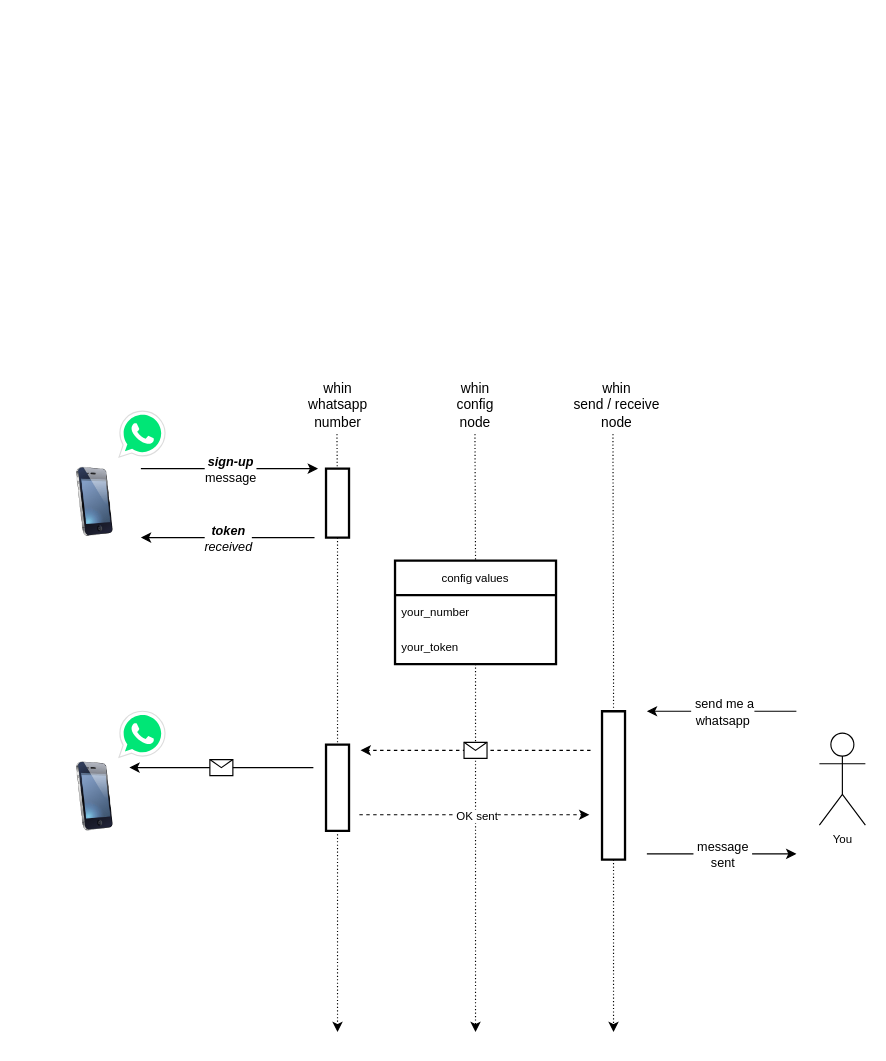
This is icons/whin2.drawio from inUtil-info/whin2-contrib, a draw.io file, before an edit. Source tidied: cells renumbered, new cells numbered last; positions are measured from the earlier drawing's top-left corner, leaving out a move shared by most shapes. Both pictures are drawn from the tidied source at 115%, with x=0, y=0 at pixel (60, 388).
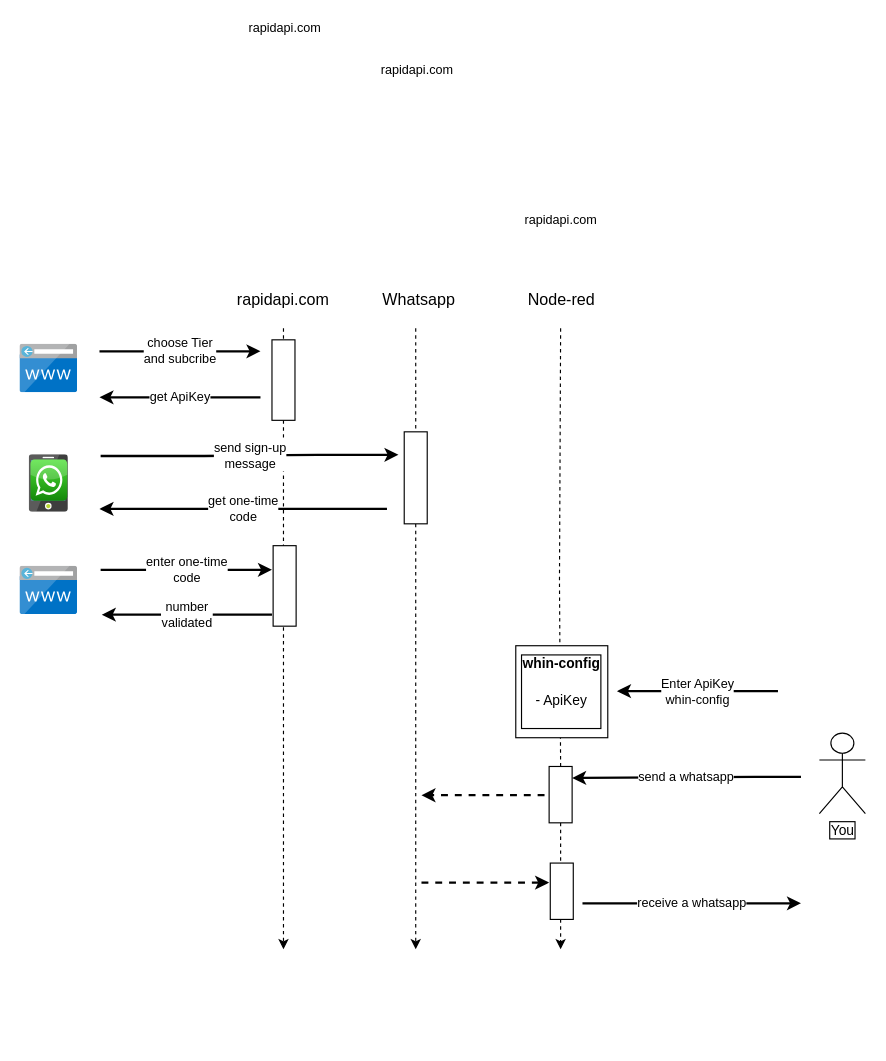
The same page after the edit.

What changed in the source:
```diff
@@
-    <mxCell id="2" style="endArrow=classic;html=1;rounded=0;startArrow=none;dashed=1;dashPattern=1 2;strokeWidth=1;" parent="1" edge="1" source="3">
-      <mxGeometry relative="1" as="geometry">
-        <mxPoint x="241" y="560" as="targetPoint" />
-      </mxGeometry>
-    </mxCell>
-    <mxCell id="3" style="verticalLabelPosition=bottom;verticalAlign=top;html=1;shape=mxgraph.basic.rect;fillColor2=none;strokeWidth=2;size=20;indent=5;" parent="1" vertex="1">
-      <mxGeometry x="231" y="70" width="20" height="60" as="geometry" />
-    </mxCell>
-    <mxCell id="4" style="endArrow=none;html=1;rounded=0;dashed=1;dashPattern=1 2;" parent="1" edge="1" target="3">
-      <mxGeometry relative="1" as="geometry">
-        <mxPoint x="240.5" y="40" as="sourcePoint" />
-      </mxGeometry>
-    </mxCell>
-    <mxCell id="5" style="endArrow=classic;html=1;rounded=0;startArrow=none;exitX=0.5;exitY=1;exitDx=0;exitDy=0;dashed=1;dashPattern=1 2;" parent="1" edge="1" source="26">
-      <mxGeometry relative="1" as="geometry">
-        <mxPoint x="361" y="560" as="targetPoint" />
-      </mxGeometry>
-    </mxCell>
-    <mxCell id="6" style="endArrow=none;html=1;rounded=0;entryX=0.5;entryY=0;entryDx=0;entryDy=0;dashed=1;dashPattern=1 2;" parent="1" edge="1">
-      <mxGeometry relative="1" as="geometry">
-        <mxPoint x="360.5" y="40" as="sourcePoint" />
-        <mxPoint x="361" y="150" as="targetPoint" />
-      </mxGeometry>
-    </mxCell>
-    <mxCell id="7" style="endArrow=classic;html=1;rounded=0;startArrow=none;dashed=1;dashPattern=1 2;" parent="1" edge="1" source="8">
-      <mxGeometry relative="1" as="geometry">
-        <mxPoint x="481" y="560" as="targetPoint" />
-        <Array as="points">
-          <mxPoint x="481" y="490" />
-        </Array>
-      </mxGeometry>
-    </mxCell>
-    <mxCell id="8" style="verticalLabelPosition=bottom;verticalAlign=top;html=1;shape=mxgraph.basic.rect;fillColor2=none;strokeWidth=2;size=20;indent=5;" parent="1" vertex="1">
-      <mxGeometry x="471" y="281" width="20" height="129" as="geometry" />
-    </mxCell>
-    <mxCell id="9" style="endArrow=none;html=1;rounded=0;dashed=1;dashPattern=1 2;" parent="1" edge="1" target="8">
-      <mxGeometry relative="1" as="geometry">
-        <mxPoint x="480.5" y="40" as="sourcePoint" />
-        <Array as="points">
-          <mxPoint x="481" y="230" />
-        </Array>
-      </mxGeometry>
-    </mxCell>
-    <mxCell id="10" style="endArrow=classic;html=1;rounded=0;" parent="1" edge="1">
-      <mxGeometry relative="1" as="geometry">
-        <mxPoint x="70" y="70" as="sourcePoint" />
-        <mxPoint x="224" y="70" as="targetPoint" />
-      </mxGeometry>
-    </mxCell>
-    <mxCell id="11" value="&lt;div&gt;&lt;i&gt;&lt;b&gt;sign-up&lt;/b&gt;&lt;/i&gt;&lt;/div&gt;&lt;div&gt;message&lt;/div&gt;" style="edgeLabel;html=1;align=center;verticalAlign=middle;" parent="10" vertex="1">
-      <mxGeometry relative="1" as="geometry" />
-    </mxCell>
-    <mxCell id="12" style="endArrow=classic;html=1;rounded=0;" parent="1" edge="1">
-      <mxGeometry relative="1" as="geometry">
-        <mxPoint x="221" y="130" as="sourcePoint" />
-        <mxPoint x="70" y="130" as="targetPoint" />
-      </mxGeometry>
-    </mxCell>
-    <mxCell id="13" value="&lt;div&gt;&lt;i&gt;&lt;b&gt;token&lt;/b&gt;&lt;/i&gt;&lt;/div&gt;&lt;div&gt;&lt;i&gt;received&lt;br&gt;&lt;b&gt;&lt;/b&gt;&lt;/i&gt;&lt;/div&gt;" style="edgeLabel;html=1;align=center;verticalAlign=middle;" parent="12" vertex="1">
-      <mxGeometry relative="1" as="geometry" />
-    </mxCell>
-    <mxCell id="14" style="dashed=0;html=1;align=center;labelPosition=center;verticalLabelPosition=bottom;verticalAlign=top;shape=mxgraph.weblogos.whatsapp;fillColor=#00E676;strokeColor=#dddddd;" parent="1" vertex="1">
-      <mxGeometry x="51" y="20" width="40" height="40" as="geometry" />
-    </mxCell>
-    <mxCell id="15" style="image;html=1;image=img/lib/clip_art/telecommunication/iPhone_128x128.png;" parent="1" vertex="1">
-      <mxGeometry y="69" width="60" height="60" as="geometry" />
-    </mxCell>
-    <mxCell id="16" value="&lt;div style=&quot;font-size: 12px;&quot;&gt;whin &lt;br style=&quot;font-size: 12px;&quot;&gt;&lt;/div&gt;&lt;div style=&quot;font-size: 12px;&quot;&gt;config node&lt;/div&gt;" style="text;html=1;strokeColor=none;fillColor=none;align=center;verticalAlign=middle;whiteSpace=wrap;rounded=0;fontSize=12;" parent="1" vertex="1">
-      <mxGeometry x="331" width="60" height="30" as="geometry" />
-    </mxCell>
-    <mxCell id="17" value="&lt;div style=&quot;font-size: 12px;&quot;&gt;whin &lt;br style=&quot;font-size: 12px;&quot;&gt;&lt;/div&gt;&lt;div style=&quot;font-size: 12px;&quot;&gt;whatsapp&lt;/div&gt;&lt;div style=&quot;font-size: 12px;&quot;&gt;number&lt;br style=&quot;font-size: 12px;&quot;&gt;&lt;/div&gt;" style="text;html=1;strokeColor=none;fillColor=none;align=center;verticalAlign=middle;whiteSpace=wrap;rounded=0;fontSize=12;" parent="1" vertex="1">
-      <mxGeometry x="210.5" width="61" height="30" as="geometry" />
-    </mxCell>
-    <mxCell id="18" value="&lt;div style=&quot;font-size: 12px;&quot;&gt;whin &lt;br style=&quot;font-size: 12px;&quot;&gt;&lt;/div&gt;&lt;div style=&quot;font-size: 12px;&quot;&gt;send / receive node&lt;/div&gt;" style="text;html=1;strokeColor=none;fillColor=none;align=center;verticalAlign=middle;whiteSpace=wrap;rounded=0;fontSize=12;" parent="1" vertex="1">
-      <mxGeometry x="445" width="78" height="30" as="geometry" />
-    </mxCell>
-    <mxCell id="19" style="image;html=1;image=img/lib/clip_art/telecommunication/iPhone_128x128.png;" parent="1" vertex="1">
-      <mxGeometry y="325" width="60" height="60" as="geometry" />
-    </mxCell>
-    <mxCell id="20" style="verticalLabelPosition=bottom;verticalAlign=top;html=1;shape=mxgraph.basic.rect;fillColor2=none;strokeWidth=2;size=20;indent=5;" parent="1" vertex="1">
-      <mxGeometry x="231" y="310" width="20" height="75" as="geometry" />
-    </mxCell>
+    <mxCell id="36" style="endArrow=classic;html=1;rounded=0;dashed=1;fontSize=19;fontFamily=Helvetica;verticalAlign=top;startArrow=none;" parent="1" edge="1" source="37">
+      <mxGeometry relative="1" as="geometry">
+        <mxPoint x="194" y="488" as="targetPoint" />
+        <Array as="points">
+          <mxPoint x="194" y="108" />
+        </Array>
+      </mxGeometry>
+    </mxCell>
+    <mxCell id="37" style="rounded=0;whiteSpace=wrap;html=1;fontFamily=Helvetica;fontSize=11;strokeWidth=1;" parent="1" vertex="1">
+      <mxGeometry x="184" y="-42" width="20" height="70" as="geometry" />
+    </mxCell>
+    <mxCell id="38" style="endArrow=none;html=1;rounded=0;dashed=1;fontSize=19;fontFamily=Helvetica;verticalAlign=top;" parent="1" edge="1" target="37">
+      <mxGeometry relative="1" as="geometry">
+        <mxPoint x="194" y="-52" as="sourcePoint" />
+      </mxGeometry>
+    </mxCell>
+    <mxCell id="39" value="rapidapi.com" style="edgeLabel;html=1;align=center;verticalAlign=middle;fontSize=11;" parent="38" vertex="1">
+      <mxGeometry x="-0.09" relative="1" as="geometry">
+        <mxPoint y="-267" as="offset" />
+      </mxGeometry>
+    </mxCell>
+    <mxCell id="40" value="&lt;div&gt;choose Tier&lt;/div&gt;&lt;div&gt;and subcribe&lt;/div&gt;" style="endArrow=classic;html=1;rounded=0;fontFamily=Helvetica;fontSize=11;strokeWidth=2;" parent="1" edge="1">
+      <mxGeometry relative="1" as="geometry">
+        <mxPoint x="34" y="-32" as="sourcePoint" />
+        <mxPoint x="174" y="-32" as="targetPoint" />
+        <Array as="points">
+          <mxPoint x="124" y="-32" />
+        </Array>
+      </mxGeometry>
+    </mxCell>
+    <mxCell id="41" value="get ApiKey" style="endArrow=classic;html=1;rounded=0;fontFamily=Helvetica;fontSize=11;strokeWidth=2;" parent="1" edge="1">
+      <mxGeometry relative="1" as="geometry">
+        <mxPoint x="174" y="8" as="sourcePoint" />
+        <mxPoint x="34" y="8" as="targetPoint" />
+        <Array as="points">
+          <mxPoint x="134" y="8" />
+        </Array>
+      </mxGeometry>
+    </mxCell>
+    <mxCell id="42" value="&lt;font style=&quot;font-size: 14px;&quot;&gt;rapidapi.com&lt;/font&gt;" style="text;html=1;strokeColor=none;fillColor=none;align=center;verticalAlign=middle;whiteSpace=wrap;rounded=0;strokeWidth=1;fontFamily=Helvetica;fontSize=14;" parent="1" vertex="1">
+      <mxGeometry x="164" y="-92" width="60" height="30" as="geometry" />
+    </mxCell>
+    <mxCell id="43" value="&lt;div&gt;send sign-up&lt;/div&gt;&lt;div&gt;message&lt;br&gt;&lt;/div&gt;" style="endArrow=classic;html=1;rounded=0;fontFamily=Helvetica;fontSize=11;strokeWidth=2;" parent="1" edge="1">
+      <mxGeometry relative="1" as="geometry">
+        <mxPoint x="35" y="59" as="sourcePoint" />
+        <mxPoint x="294" y="58" as="targetPoint" />
+        <Array as="points">
+          <mxPoint x="125" y="59" />
+          <mxPoint x="224" y="58" />
+        </Array>
+      </mxGeometry>
+    </mxCell>
+    <mxCell id="44" style="endArrow=classic;html=1;rounded=0;dashed=1;fontSize=19;fontFamily=Helvetica;verticalAlign=top;startArrow=none;" parent="1" edge="1" source="45">
+      <mxGeometry relative="1" as="geometry">
+        <mxPoint x="309" y="488" as="targetPoint" />
+        <Array as="points">
+          <mxPoint x="309" y="118" />
+        </Array>
+      </mxGeometry>
+    </mxCell>
+    <mxCell id="45" style="rounded=0;whiteSpace=wrap;html=1;fontFamily=Helvetica;fontSize=11;strokeWidth=1;" parent="1" vertex="1">
+      <mxGeometry x="299" y="38" width="20" height="80" as="geometry" />
+    </mxCell>
+    <mxCell id="46" style="endArrow=none;html=1;rounded=0;dashed=1;fontSize=19;fontFamily=Helvetica;verticalAlign=top;entryX=0.5;entryY=0;entryDx=0;entryDy=0;" parent="1" edge="1" target="45">
+      <mxGeometry relative="1" as="geometry">
+        <mxPoint x="309" y="-52" as="sourcePoint" />
+      </mxGeometry>
+    </mxCell>
+    <mxCell id="47" value="rapidapi.com" style="edgeLabel;html=1;align=center;verticalAlign=middle;fontSize=11;" parent="46" vertex="1">
+      <mxGeometry x="-0.09" relative="1" as="geometry">
+        <mxPoint y="-267" as="offset" />
+      </mxGeometry>
+    </mxCell>
+    <mxCell id="48" value="Whatsapp" style="text;html=1;strokeColor=none;fillColor=none;align=center;verticalAlign=middle;whiteSpace=wrap;rounded=0;strokeWidth=1;fontFamily=Helvetica;fontSize=14;" parent="1" vertex="1">
+      <mxGeometry x="282" y="-92" width="60" height="30" as="geometry" />
+    </mxCell>
+    <mxCell id="49" value="&lt;div&gt;get one-time&lt;/div&gt;&lt;div&gt;code&lt;br&gt;&lt;/div&gt;" style="endArrow=classic;html=1;rounded=0;fontFamily=Helvetica;fontSize=11;strokeWidth=2;" parent="1" edge="1">
+      <mxGeometry relative="1" as="geometry">
+        <mxPoint x="284" y="105" as="sourcePoint" />
+        <mxPoint x="34" y="105" as="targetPoint" />
+        <Array as="points">
+          <mxPoint x="135" y="105" />
+        </Array>
+      </mxGeometry>
+    </mxCell>
+    <mxCell id="50" style="rounded=0;whiteSpace=wrap;html=1;fontFamily=Helvetica;fontSize=11;strokeWidth=1;" parent="1" vertex="1">
+      <mxGeometry x="185" y="137" width="20" height="70" as="geometry" />
+    </mxCell>
+    <mxCell id="51" value="&lt;div&gt;enter one-time&lt;/div&gt;&lt;div&gt;code&lt;br&gt;&lt;/div&gt;" style="endArrow=classic;html=1;rounded=0;fontFamily=Helvetica;fontSize=11;strokeWidth=2;" parent="1" edge="1">
+      <mxGeometry relative="1" as="geometry">
+        <mxPoint x="35" y="158" as="sourcePoint" />
+        <mxPoint x="184" y="158" as="targetPoint" />
+        <Array as="points">
+          <mxPoint x="125" y="158" />
+        </Array>
+      </mxGeometry>
+    </mxCell>
+    <mxCell id="52" value="&lt;div&gt;number&lt;/div&gt;&lt;div&gt;validated&lt;br&gt;&lt;/div&gt;" style="endArrow=classic;html=1;rounded=0;fontFamily=Helvetica;fontSize=11;strokeWidth=2;" parent="1" edge="1">
+      <mxGeometry relative="1" as="geometry">
+        <mxPoint x="184" y="197" as="sourcePoint" />
+        <mxPoint x="36" y="197" as="targetPoint" />
+        <Array as="points">
+          <mxPoint x="136" y="197" />
+        </Array>
+      </mxGeometry>
+    </mxCell>
+    <mxCell id="53" style="endArrow=classic;html=1;rounded=0;dashed=1;fontSize=19;fontFamily=Helvetica;verticalAlign=top;startArrow=none;" parent="1" edge="1" source="54">
+      <mxGeometry relative="1" as="geometry">
+        <mxPoint x="435" y="488" as="targetPoint" />
+      </mxGeometry>
+    </mxCell>
+    <mxCell id="54" style="rounded=0;whiteSpace=wrap;html=1;fontFamily=Helvetica;fontSize=11;strokeWidth=1;" parent="1" vertex="1">
+      <mxGeometry x="425" y="329" width="20" height="49" as="geometry" />
+    </mxCell>
+    <mxCell id="55" style="endArrow=none;html=1;rounded=0;dashed=1;fontSize=19;fontFamily=Helvetica;verticalAlign=top;entryX=0.5;entryY=0;entryDx=0;entryDy=0;" parent="1" edge="1" target="54">
+      <mxGeometry relative="1" as="geometry">
+        <mxPoint x="435" y="-52" as="sourcePoint" />
+        <Array as="points">
+          <mxPoint x="434" y="168" />
+        </Array>
+      </mxGeometry>
+    </mxCell>
+    <mxCell id="56" value="rapidapi.com" style="edgeLabel;html=1;align=center;verticalAlign=middle;fontSize=11;" parent="55" vertex="1">
+      <mxGeometry x="-0.09" relative="1" as="geometry">
+        <mxPoint y="-267" as="offset" />
+      </mxGeometry>
+    </mxCell>
+    <mxCell id="57" value="Node-red" style="text;html=1;strokeColor=none;fillColor=none;align=center;verticalAlign=middle;whiteSpace=wrap;rounded=0;strokeWidth=1;fontFamily=Helvetica;fontSize=14;" parent="1" vertex="1">
+      <mxGeometry x="404" y="-92" width="64" height="30" as="geometry" />
+    </mxCell>
+    <mxCell id="58" value="&lt;div style=&quot;font-size: 12px;&quot;&gt;&lt;b&gt;whin-config&lt;/b&gt;&lt;/div&gt;&lt;div&gt;&lt;br&gt;&lt;/div&gt;&lt;div style=&quot;font-size: 12px;&quot;&gt;- ApiKey&lt;br&gt;&lt;/div&gt;&lt;div&gt;&lt;br&gt;&lt;/div&gt;" style="whiteSpace=wrap;html=1;labelBackgroundColor=#FFFFFF;labelBorderColor=default;sketch=0;fillStyle=solid;strokeWidth=1;fontFamily=Helvetica;fontSize=14;fillColor=#FFFFFF;gradientColor=none;" parent="1" vertex="1">
+      <mxGeometry x="396" y="224" width="80" height="80" as="geometry" />
+    </mxCell>
+    <mxCell id="59" value="send a whatsapp" style="endArrow=classic;html=1;rounded=0;fontFamily=Helvetica;fontSize=11;strokeWidth=2;entryX=1;entryY=0.25;entryDx=0;entryDy=0;" parent="1" edge="1">
+      <mxGeometry relative="1" as="geometry">
+        <mxPoint x="644" y="338" as="sourcePoint" />
+        <mxPoint x="445" y="339" as="targetPoint" />
+        <Array as="points">
+          <mxPoint x="604" y="338" />
+        </Array>
+      </mxGeometry>
+    </mxCell>
+    <mxCell id="60" style="endArrow=classic;html=1;rounded=0;dashed=1;strokeWidth=2;fontFamily=Helvetica;fontSize=12;exitX=-0.2;exitY=0.15;exitDx=0;exitDy=0;exitPerimeter=0;" parent="1" edge="1">
+      <mxGeometry relative="1" as="geometry">
+        <mxPoint x="421" y="354" as="sourcePoint" />
+        <mxPoint x="314" y="354" as="targetPoint" />
+      </mxGeometry>
+    </mxCell>
+    <mxCell id="61" style="endArrow=classic;html=1;rounded=0;dashed=1;strokeWidth=2;fontFamily=Helvetica;fontSize=12;" parent="1" edge="1">
+      <mxGeometry relative="1" as="geometry">
+        <mxPoint x="314" y="430" as="sourcePoint" />
+        <mxPoint x="425" y="430" as="targetPoint" />
+      </mxGeometry>
+    </mxCell>
+    <mxCell id="62" style="rounded=0;whiteSpace=wrap;html=1;fontFamily=Helvetica;fontSize=11;strokeWidth=1;" parent="1" vertex="1">
+      <mxGeometry x="426" y="413" width="20" height="49" as="geometry" />
+    </mxCell>
+    <mxCell id="63" value="receive a whatsapp" style="endArrow=classic;html=1;rounded=0;fontFamily=Helvetica;fontSize=11;strokeWidth=2;" parent="1" edge="1">
+      <mxGeometry relative="1" as="geometry">
+        <mxPoint x="454" y="448" as="sourcePoint" />
+        <mxPoint x="644" y="448" as="targetPoint" />
+        <Array as="points">
+          <mxPoint x="544" y="448" />
+        </Array>
+      </mxGeometry>
+    </mxCell>
-    <mxCell id="21" value="You" style="shape=umlActor;verticalLabelPosition=bottom;verticalAlign=top;html=1;fontSize=10;" parent="1" vertex="1">
-      <mxGeometry x="660" y="300" width="40" height="80" as="geometry" />
+    <mxCell id="21" value="&lt;div&gt;You&lt;/div&gt;" style="shape=umlActor;verticalLabelPosition=bottom;verticalAlign=top;html=1;labelBackgroundColor=#FFFFFF;labelBorderColor=default;sketch=0;fillStyle=auto;strokeWidth=1;fontFamily=Helvetica;fontSize=12;fillColor=#FFFFFF;gradientColor=none;" parent="1" vertex="1">
+      <mxGeometry x="660" y="300" width="40" height="70" as="geometry" />
     </mxCell>
-    <mxCell id="22" style="endArrow=classic;html=1;rounded=0;" parent="1" edge="1">
-      <mxGeometry relative="1" as="geometry">
-        <mxPoint x="640" y="281" as="sourcePoint" />
-        <mxPoint x="510" y="281" as="targetPoint" />
-      </mxGeometry>
-    </mxCell>
-    <mxCell id="23" value="&lt;div&gt;&amp;nbsp;send me a &lt;br&gt;&lt;/div&gt;&lt;div&gt;whatsapp&lt;br&gt;&lt;/div&gt;" style="edgeLabel;html=1;align=center;verticalAlign=middle;" parent="22" vertex="1">
-      <mxGeometry relative="1" as="geometry" />
-    </mxCell>
-    <mxCell id="24" style="endArrow=classic;html=1;rounded=0;" parent="1" edge="1">
-      <mxGeometry relative="1" as="geometry">
-        <mxPoint x="510" y="405" as="sourcePoint" />
-        <mxPoint x="640" y="405" as="targetPoint" />
-      </mxGeometry>
-    </mxCell>
-    <mxCell id="25" value="&amp;nbsp;message&amp;nbsp; &lt;br&gt;&lt;div&gt;sent&lt;/div&gt;" style="edgeLabel;html=1;align=center;verticalAlign=middle;" parent="24" vertex="1">
-      <mxGeometry relative="1" as="geometry" />
-    </mxCell>
-    <mxCell id="26" value="config values" style="swimlane;fontStyle=0;horizontal=1;startSize=30;fontSize=10;strokeWidth=2;" parent="1" vertex="1">
-      <mxGeometry x="291" y="150" width="140" height="90" as="geometry" />
-    </mxCell>
-    <mxCell id="27" value="your_number" style="text;strokeColor=none;fillColor=none;align=left;verticalAlign=middle;spacingLeft=4;spacingRight=4;overflow=hidden;fontSize=10;" parent="26" vertex="1">
-      <mxGeometry y="30" width="140" height="30" as="geometry" />
-    </mxCell>
-    <mxCell id="28" value="your_token" style="text;strokeColor=none;fillColor=none;align=left;verticalAlign=middle;spacingLeft=4;spacingRight=4;overflow=hidden;fontSize=10;" parent="26" vertex="1">
-      <mxGeometry y="60" width="140" height="30" as="geometry" />
-    </mxCell>
-    <mxCell id="29" style="endArrow=classic;html=1;rounded=0;fontSize=10;dashed=1;" parent="1" edge="1">
-      <mxGeometry relative="1" as="geometry">
-        <mxPoint x="461" y="315" as="sourcePoint" />
-        <mxPoint x="261" y="315" as="targetPoint" />
-      </mxGeometry>
-    </mxCell>
-    <mxCell id="30" style="shape=message;html=1;fontSize=10;" parent="29" vertex="1">
-      <mxGeometry width="20" height="14" relative="1" as="geometry">
-        <mxPoint x="-10" y="-7" as="offset" />
-      </mxGeometry>
-    </mxCell>
-    <mxCell id="31" style="endArrow=classic;html=1;rounded=0;fontSize=10;entryX=1;entryY=0.25;entryDx=0;entryDy=0;" parent="1" edge="1">
-      <mxGeometry relative="1" as="geometry">
-        <mxPoint x="220" y="330" as="sourcePoint" />
-        <mxPoint x="60" y="330" as="targetPoint" />
-        <Array as="points">
-          <mxPoint x="150" y="330" />
-        </Array>
-      </mxGeometry>
-    </mxCell>
-    <mxCell id="32" style="shape=message;html=1;fontSize=10;" parent="31" vertex="1">
-      <mxGeometry width="20" height="14" relative="1" as="geometry">
-        <mxPoint x="-10" y="-7" as="offset" />
-      </mxGeometry>
-    </mxCell>
-    <mxCell id="33" style="endArrow=classic;html=1;rounded=0;fontSize=10;dashed=1;" parent="1" edge="1">
-      <mxGeometry relative="1" as="geometry">
-        <mxPoint x="260" y="371" as="sourcePoint" />
-        <mxPoint x="460" y="371" as="targetPoint" />
-        <Array as="points">
-          <mxPoint x="350" y="371" />
-        </Array>
-      </mxGeometry>
-    </mxCell>
-    <mxCell id="34" value="&amp;nbsp;OK sent " style="edgeLabel;html=1;align=center;verticalAlign=middle;fontSize=10;" parent="33" vertex="1">
-      <mxGeometry relative="1" as="geometry" />
-    </mxCell>
-    <mxCell id="35" style="dashed=0;html=1;align=center;labelPosition=center;verticalLabelPosition=bottom;verticalAlign=top;shape=mxgraph.weblogos.whatsapp;fillColor=#00E676;strokeColor=#dddddd;" parent="1" vertex="1">
-      <mxGeometry x="51" y="281" width="40" height="40" as="geometry" />
-    </mxCell>
+    <mxCell id="64" style="sketch=0;html=1;align=center;image;fontSize=12;image=img/lib/mscae/CustomDomain.svg;labelBackgroundColor=#FFFFFF;labelBorderColor=default;fillStyle=auto;strokeWidth=1;fontFamily=Helvetica;fillColor=#FFFFFF;gradientColor=none;" parent="1" vertex="1">
+      <mxGeometry x="-35" y="-38" width="50" height="42" as="geometry" />
+    </mxCell>
+    <mxCell id="65" style="sketch=0;html=1;align=center;image;fontSize=12;image=img/lib/mscae/CustomDomain.svg;labelBackgroundColor=#FFFFFF;labelBorderColor=default;fillStyle=auto;strokeWidth=1;fontFamily=Helvetica;fillColor=#FFFFFF;gradientColor=none;" parent="1" vertex="1">
+      <mxGeometry x="-35" y="155" width="50" height="42" as="geometry" />
+    </mxCell>
+    <mxCell id="66" style="sketch=0;html=1;align=center;image;fontSize=12;image=img/lib/mscae/App_Service_Mobile_App.svg;labelBackgroundColor=#FFFFFF;labelBorderColor=default;fillStyle=auto;strokeWidth=1;fontFamily=Helvetica;fillColor=#FFFFFF;gradientColor=none;" parent="1" vertex="1">
+      <mxGeometry x="-27" y="58" width="34" height="50" as="geometry" />
+    </mxCell>
+    <mxCell id="67" style="dashed=0;html=1;align=center;labelPosition=center;verticalLabelPosition=bottom;verticalAlign=top;shape=mxgraph.webicons.whatsapp;fillColor=#4FE238;gradientColor=#138709;labelBackgroundColor=#FFFFFF;labelBorderColor=default;sketch=0;fillStyle=auto;strokeWidth=1;fontFamily=Helvetica;fontSize=12;" parent="1" vertex="1">
+      <mxGeometry x="-26" y="62" width="32" height="36" as="geometry" />
+    </mxCell>
+    <mxCell id="68" value="&lt;div&gt;Enter ApiKey&lt;/div&gt;&lt;div&gt;whin-config&lt;/div&gt;" style="endArrow=classic;html=1;rounded=0;fontFamily=Helvetica;fontSize=11;strokeWidth=2;" parent="1" edge="1">
+      <mxGeometry relative="1" as="geometry">
+        <mxPoint x="624" y="263.5" as="sourcePoint" />
+        <mxPoint x="484" y="263.5" as="targetPoint" />
+        <Array as="points">
+          <mxPoint x="584" y="263.5" />
+        </Array>
+      </mxGeometry>
+    </mxCell>
```
